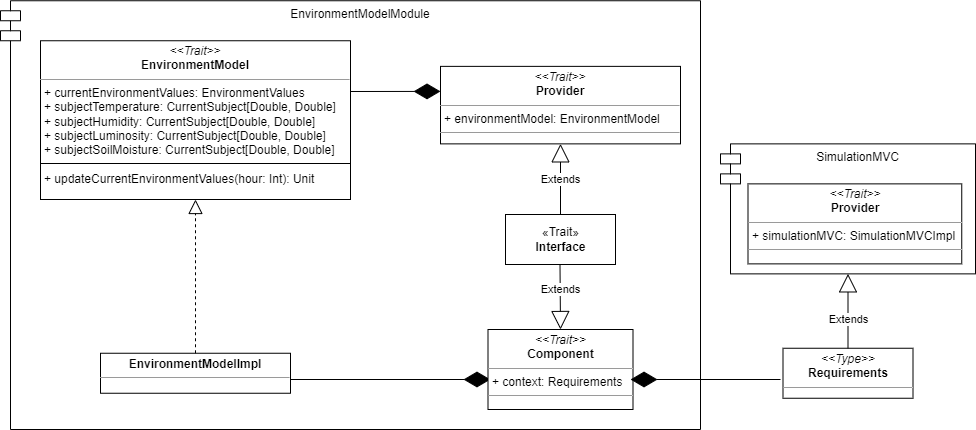
This is docs/img/environmentModelModule.png from AnnaVitali/PPS-22-smartgh, a draw.io export, as it was before one commit. Source tidied: cells renumbered, new cells last; positions are measured from the earlier drawing's top-left corner, leaving out a move shared by most shapes. The source it was exported from:
```xml
<mxGraphModel>
  <root>
    <mxCell id="0" />
    <mxCell id="1" parent="0" />
    <mxCell id="2" value="EnvironmentModelModule" style="shape=module;align=left;spacingLeft=20;align=center;verticalAlign=top;fillColor=none;" parent="1" vertex="1">
      <mxGeometry y="0.2" width="700" height="428.8" as="geometry" />
    </mxCell>
    <mxCell id="3" value="&lt;p style=&quot;margin:0px;margin-top:4px;text-align:center;&quot;&gt;&lt;i&gt;&amp;lt;&amp;lt;Trait&amp;gt;&amp;gt;&lt;/i&gt;&lt;br&gt;&lt;b&gt;EnvironmentModel&lt;/b&gt;&lt;br&gt;&lt;/p&gt;&lt;hr size=&quot;1&quot;&gt;&lt;p style=&quot;margin:0px;margin-left:4px;&quot;&gt;+ currentEnvironmentValues: EnvironmentValues&lt;/p&gt;&lt;p style=&quot;margin:0px;margin-left:4px;&quot;&gt;+ subjectTemperature: CurrentSubject[Double, Double]&lt;br&gt;&lt;/p&gt;&lt;p style=&quot;margin:0px;margin-left:4px;&quot;&gt;+ subjectHumidity: CurrentSubject[Double, Double]&lt;br&gt;&lt;/p&gt;&lt;p style=&quot;margin:0px;margin-left:4px;&quot;&gt;+ subjectLuminosity: CurrentSubject[Double, Double]&lt;br&gt;&lt;/p&gt;&lt;p style=&quot;margin:0px;margin-left:4px;&quot;&gt;+ subjectSoilMoisture: CurrentSubject[Double, Double]&lt;br&gt;&lt;/p&gt;&lt;p style=&quot;margin:0px;margin-left:4px;&quot;&gt;&lt;br&gt;&lt;/p&gt;&lt;p style=&quot;margin:0px;margin-left:4px;&quot;&gt;+ updateCurrentEnvironmentValues(hour: Int): Unit&lt;br&gt;&lt;/p&gt;" style="verticalAlign=top;align=left;overflow=fill;fontSize=12;fontFamily=Helvetica;html=1;" parent="1" vertex="1">
      <mxGeometry x="40" y="40.2" width="310" height="158.8" as="geometry" />
    </mxCell>
    <mxCell id="4" value="&lt;p style=&quot;margin:0px;margin-top:4px;text-align:center;&quot;&gt;&lt;b&gt;EnvironmentModelImpl&lt;/b&gt;&lt;/p&gt;&lt;hr size=&quot;1&quot;&gt;" style="verticalAlign=top;align=left;overflow=fill;fontSize=12;fontFamily=Helvetica;html=1;" parent="1" vertex="1">
      <mxGeometry x="100" y="352.8" width="190" height="40" as="geometry" />
    </mxCell>
    <mxCell id="5" style="endArrow=diamondThin;endFill=1;endSize=24;html=1;rounded=0;entryX=0.017;entryY=0.625;entryDx=0;entryDy=0;entryPerimeter=0;" parent="1" edge="1" target="13">
      <mxGeometry relative="1" as="geometry">
        <mxPoint x="290" y="379" as="sourcePoint" />
      </mxGeometry>
    </mxCell>
    <mxCell id="6" value="&lt;p style=&quot;margin:0px;margin-top:4px;text-align:center;&quot;&gt;&lt;i&gt;&amp;lt;&amp;lt;Trait&amp;gt;&amp;gt;&lt;/i&gt;&lt;br&gt;&lt;b&gt;Provider&lt;/b&gt;&lt;br&gt;&lt;/p&gt;&lt;hr size=&quot;1&quot;&gt;&lt;p style=&quot;margin:0px;margin-left:4px;&quot;&gt;+ environmentModel: EnvironmentModel&lt;br&gt;&lt;/p&gt;&lt;hr size=&quot;1&quot;&gt;" style="verticalAlign=top;align=left;overflow=fill;fontSize=12;fontFamily=Helvetica;html=1;fillColor=default;" parent="1" vertex="1">
      <mxGeometry x="440" y="65.9" width="240" height="77.5" as="geometry" />
    </mxCell>
    <mxCell id="7" style="endArrow=diamondThin;endFill=1;endSize=24;html=1;rounded=0;entryX=0;entryY=0.323;entryDx=0;entryDy=0;entryPerimeter=0;" parent="1" edge="1" target="6">
      <mxGeometry relative="1" as="geometry">
        <mxPoint x="350" y="91" as="sourcePoint" />
      </mxGeometry>
    </mxCell>
    <mxCell id="8" value="«Trait»&lt;br&gt;&lt;b&gt;Interface&lt;/b&gt;" style="html=1;fillColor=default;" parent="1" vertex="1">
      <mxGeometry x="505" y="214" width="110" height="50" as="geometry" />
    </mxCell>
    <mxCell id="9" value="Extends" style="endArrow=block;endSize=16;endFill=0;html=1;rounded=0;entryX=0.5;entryY=0;entryDx=0;entryDy=0;exitX=0.5;exitY=1;exitDx=0;exitDy=0;" parent="1" edge="1">
      <mxGeometry x="-0.23" relative="1" as="geometry">
        <mxPoint x="559.5" y="264" as="sourcePoint" />
        <mxPoint x="560" y="329" as="targetPoint" />
      </mxGeometry>
    </mxCell>
    <mxCell id="10" style="endArrow=block;dashed=1;endFill=0;endSize=12;html=1;rounded=0;elbow=vertical;exitX=0.5;exitY=0;exitDx=0;exitDy=0;entryX=0.5;entryY=1;entryDx=0;entryDy=0;" parent="1" edge="1" source="4" target="3">
      <mxGeometry relative="1" as="geometry" />
    </mxCell>
    <mxCell id="11" value="Extends" style="endArrow=block;endSize=16;endFill=0;html=1;rounded=0;entryX=0.5;entryY=1;entryDx=0;entryDy=0;" parent="1" edge="1" target="6">
      <mxGeometry x="-0.01" relative="1" as="geometry">
        <mxPoint x="560" y="214" as="sourcePoint" />
      </mxGeometry>
    </mxCell>
    <mxCell id="12" value="&lt;p style=&quot;margin:0px;margin-top:4px;text-align:center;&quot;&gt;&lt;i&gt;&amp;lt;&amp;lt;Type&amp;gt;&amp;gt;&lt;/i&gt;&lt;br&gt;&lt;b&gt;Requirements&lt;/b&gt;&lt;br&gt;&lt;/p&gt;&lt;hr size=&quot;1&quot;&gt;&lt;p style=&quot;margin:0px;margin-left:4px;&quot;&gt;&lt;br&gt;&lt;/p&gt;" style="verticalAlign=top;align=left;overflow=fill;fontSize=12;fontFamily=Helvetica;html=1;fillColor=default;" parent="1" vertex="1">
      <mxGeometry x="782.5" y="347.8" width="130" height="50" as="geometry" />
    </mxCell>
    <mxCell id="13" value="&lt;p style=&quot;margin:0px;margin-top:4px;text-align:center;&quot;&gt;&lt;i&gt;&amp;lt;&amp;lt;Trait&amp;gt;&amp;gt;&lt;/i&gt;&lt;br&gt;&lt;b&gt;Component&lt;/b&gt;&lt;br&gt;&lt;/p&gt;&lt;hr size=&quot;1&quot;&gt;&lt;p style=&quot;margin:0px;margin-left:4px;&quot;&gt;+ context: Requirements&lt;br&gt;&lt;/p&gt;&lt;hr size=&quot;1&quot;&gt;" style="verticalAlign=top;align=left;overflow=fill;fontSize=12;fontFamily=Helvetica;html=1;fillColor=default;" parent="1" vertex="1">
      <mxGeometry x="487.5" y="329" width="145" height="80" as="geometry" />
    </mxCell>
    <mxCell id="14" value="SimulationMVC" style="shape=module;align=left;spacingLeft=20;align=center;verticalAlign=top;fillColor=none;" parent="1" vertex="1">
      <mxGeometry x="720" y="143.4" width="255" height="130" as="geometry" />
    </mxCell>
    <mxCell id="15" value="Extends" style="endArrow=block;endSize=16;endFill=0;html=1;rounded=0;exitX=0.5;exitY=0;exitDx=0;exitDy=0;entryX=0.5;entryY=1;entryDx=0;entryDy=0;" parent="1" edge="1" source="12" target="14">
      <mxGeometry x="-0.23" relative="1" as="geometry">
        <mxPoint y="1" as="offset" />
      </mxGeometry>
    </mxCell>
    <mxCell id="16" style="endArrow=diamondThin;endFill=1;endSize=24;html=1;rounded=0;entryX=0.983;entryY=0.625;entryDx=0;entryDy=0;entryPerimeter=0;" parent="1" edge="1" target="13">
      <mxGeometry relative="1" as="geometry">
        <mxPoint x="780" y="379" as="sourcePoint" />
      </mxGeometry>
    </mxCell>
    <mxCell id="17" value="&lt;p style=&quot;margin:0px;margin-top:4px;text-align:center;&quot;&gt;&lt;i&gt;&amp;lt;&amp;lt;Trait&amp;gt;&amp;gt;&lt;/i&gt;&lt;br&gt;&lt;b&gt;Provider&lt;/b&gt;&lt;br&gt;&lt;/p&gt;&lt;hr size=&quot;1&quot;&gt;&lt;p style=&quot;margin:0px;margin-left:4px;&quot;&gt;+ simulationMVC: SimulationMVCImpl&lt;br&gt;&lt;/p&gt;&lt;hr size=&quot;1&quot;&gt;" style="verticalAlign=top;align=left;overflow=fill;fontSize=12;fontFamily=Helvetica;html=1;fillColor=default;" parent="1" vertex="1">
      <mxGeometry x="747.5" y="183.4" width="213.8" height="80" as="geometry" />
    </mxCell>
    <mxCell id="18" style="line;strokeWidth=1;fillColor=none;align=left;verticalAlign=middle;spacingTop=-1;spacingLeft=3;spacingRight=3;labelPosition=right;" parent="1" vertex="1">
      <mxGeometry x="40" y="159" width="310" height="8" as="geometry" />
    </mxCell>
  </root>
</mxGraphModel>
```
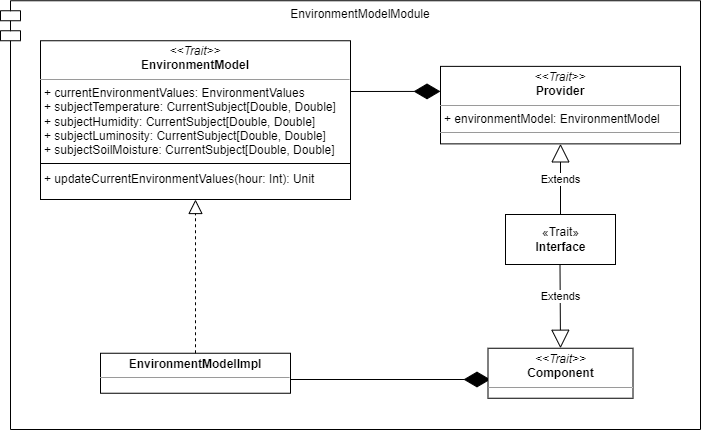
After the change.

Commit message:
updated EnvironmentModelModule description

Diff of the diagram source:
```diff
@@ -11,7 +11,7 @@
     <mxCell id="4" value="&lt;p style=&quot;margin:0px;margin-top:4px;text-align:center;&quot;&gt;&lt;b&gt;EnvironmentModelImpl&lt;/b&gt;&lt;/p&gt;&lt;hr size=&quot;1&quot;&gt;" style="verticalAlign=top;align=left;overflow=fill;fontSize=12;fontFamily=Helvetica;html=1;" parent="1" vertex="1">
       <mxGeometry x="100" y="352.8" width="190" height="40" as="geometry" />
     </mxCell>
-    <mxCell id="5" style="endArrow=diamondThin;endFill=1;endSize=24;html=1;rounded=0;entryX=0.017;entryY=0.625;entryDx=0;entryDy=0;entryPerimeter=0;" parent="1" edge="1" target="13">
+    <mxCell id="5" style="endArrow=diamondThin;endFill=1;endSize=24;html=1;rounded=0;entryX=0.017;entryY=0.625;entryDx=0;entryDy=0;entryPerimeter=0;" parent="1" edge="1" target="12">
       <mxGeometry relative="1" as="geometry">
         <mxPoint x="290" y="379" as="sourcePoint" />
       </mxGeometry>
@@ -27,10 +27,9 @@
     <mxCell id="8" value="«Trait»&lt;br&gt;&lt;b&gt;Interface&lt;/b&gt;" style="html=1;fillColor=default;" parent="1" vertex="1">
       <mxGeometry x="505" y="214" width="110" height="50" as="geometry" />
     </mxCell>
-    <mxCell id="9" value="Extends" style="endArrow=block;endSize=16;endFill=0;html=1;rounded=0;entryX=0.5;entryY=0;entryDx=0;entryDy=0;exitX=0.5;exitY=1;exitDx=0;exitDy=0;" parent="1" edge="1">
+    <mxCell id="9" value="Extends" style="endArrow=block;endSize=16;endFill=0;html=1;rounded=0;entryX=0.5;entryY=0;entryDx=0;entryDy=0;exitX=0.5;exitY=1;exitDx=0;exitDy=0;" parent="1" edge="1" target="12">
       <mxGeometry x="-0.23" relative="1" as="geometry">
         <mxPoint x="559.5" y="264" as="sourcePoint" />
-        <mxPoint x="560" y="329" as="targetPoint" />
       </mxGeometry>
     </mxCell>
     <mxCell id="10" style="endArrow=block;dashed=1;endFill=0;endSize=12;html=1;rounded=0;elbow=vertical;exitX=0.5;exitY=0;exitDx=0;exitDy=0;entryX=0.5;entryY=1;entryDx=0;entryDy=0;" parent="1" edge="1" source="4" target="3">
@@ -41,30 +40,11 @@
         <mxPoint x="560" y="214" as="sourcePoint" />
       </mxGeometry>
     </mxCell>
-    <mxCell id="12" value="&lt;p style=&quot;margin:0px;margin-top:4px;text-align:center;&quot;&gt;&lt;i&gt;&amp;lt;&amp;lt;Type&amp;gt;&amp;gt;&lt;/i&gt;&lt;br&gt;&lt;b&gt;Requirements&lt;/b&gt;&lt;br&gt;&lt;/p&gt;&lt;hr size=&quot;1&quot;&gt;&lt;p style=&quot;margin:0px;margin-left:4px;&quot;&gt;&lt;br&gt;&lt;/p&gt;" style="verticalAlign=top;align=left;overflow=fill;fontSize=12;fontFamily=Helvetica;html=1;fillColor=default;" parent="1" vertex="1">
-      <mxGeometry x="782.5" y="347.8" width="130" height="50" as="geometry" />
+    <mxCell id="12" value="&lt;p style=&quot;margin:0px;margin-top:4px;text-align:center;&quot;&gt;&lt;i&gt;&amp;lt;&amp;lt;Trait&amp;gt;&amp;gt;&lt;/i&gt;&lt;br&gt;&lt;b&gt;Component&lt;/b&gt;&lt;br&gt;&lt;/p&gt;&lt;hr size=&quot;1&quot;&gt;&lt;p style=&quot;margin:0px;margin-left:4px;&quot;&gt;&lt;br&gt;&lt;/p&gt;" style="verticalAlign=top;align=left;overflow=fill;fontSize=12;fontFamily=Helvetica;html=1;fillColor=default;" parent="1" vertex="1">
+      <mxGeometry x="487.5" y="347.8" width="145" height="50" as="geometry" />
     </mxCell>
-    <mxCell id="13" value="&lt;p style=&quot;margin:0px;margin-top:4px;text-align:center;&quot;&gt;&lt;i&gt;&amp;lt;&amp;lt;Trait&amp;gt;&amp;gt;&lt;/i&gt;&lt;br&gt;&lt;b&gt;Component&lt;/b&gt;&lt;br&gt;&lt;/p&gt;&lt;hr size=&quot;1&quot;&gt;&lt;p style=&quot;margin:0px;margin-left:4px;&quot;&gt;+ context: Requirements&lt;br&gt;&lt;/p&gt;&lt;hr size=&quot;1&quot;&gt;" style="verticalAlign=top;align=left;overflow=fill;fontSize=12;fontFamily=Helvetica;html=1;fillColor=default;" parent="1" vertex="1">
-      <mxGeometry x="487.5" y="329" width="145" height="80" as="geometry" />
+    <mxCell id="13" style="line;strokeWidth=1;fillColor=none;align=left;verticalAlign=middle;spacingTop=-1;spacingLeft=3;spacingRight=3;labelPosition=right;points=[];portConstraint=eastwest;" parent="1" vertex="1">
+      <mxGeometry x="40" y="159" width="310" height="8" as="geometry" />
     </mxCell>
-    <mxCell id="14" value="SimulationMVC" style="shape=module;align=left;spacingLeft=20;align=center;verticalAlign=top;fillColor=none;" parent="1" vertex="1">
-      <mxGeometry x="720" y="143.4" width="255" height="130" as="geometry" />
-    </mxCell>
-    <mxCell id="15" value="Extends" style="endArrow=block;endSize=16;endFill=0;html=1;rounded=0;exitX=0.5;exitY=0;exitDx=0;exitDy=0;entryX=0.5;entryY=1;entryDx=0;entryDy=0;" parent="1" edge="1" source="12" target="14">
-      <mxGeometry x="-0.23" relative="1" as="geometry">
-        <mxPoint y="1" as="offset" />
-      </mxGeometry>
-    </mxCell>
-    <mxCell id="16" style="endArrow=diamondThin;endFill=1;endSize=24;html=1;rounded=0;entryX=0.983;entryY=0.625;entryDx=0;entryDy=0;entryPerimeter=0;" parent="1" edge="1" target="13">
-      <mxGeometry relative="1" as="geometry">
-        <mxPoint x="780" y="379" as="sourcePoint" />
-      </mxGeometry>
-    </mxCell>
-    <mxCell id="17" value="&lt;p style=&quot;margin:0px;margin-top:4px;text-align:center;&quot;&gt;&lt;i&gt;&amp;lt;&amp;lt;Trait&amp;gt;&amp;gt;&lt;/i&gt;&lt;br&gt;&lt;b&gt;Provider&lt;/b&gt;&lt;br&gt;&lt;/p&gt;&lt;hr size=&quot;1&quot;&gt;&lt;p style=&quot;margin:0px;margin-left:4px;&quot;&gt;+ simulationMVC: SimulationMVCImpl&lt;br&gt;&lt;/p&gt;&lt;hr size=&quot;1&quot;&gt;" style="verticalAlign=top;align=left;overflow=fill;fontSize=12;fontFamily=Helvetica;html=1;fillColor=default;" parent="1" vertex="1">
-      <mxGeometry x="747.5" y="183.4" width="213.8" height="80" as="geometry" />
-    </mxCell>
-    <mxCell id="18" style="line;strokeWidth=1;fillColor=none;align=left;verticalAlign=middle;spacingTop=-1;spacingLeft=3;spacingRight=3;labelPosition=right;" parent="1" vertex="1">
-      <mxGeometry x="40" y="159" width="310" height="8" as="geometry" />
-    </mxCell>
   </root>
 </mxGraphModel>
```
